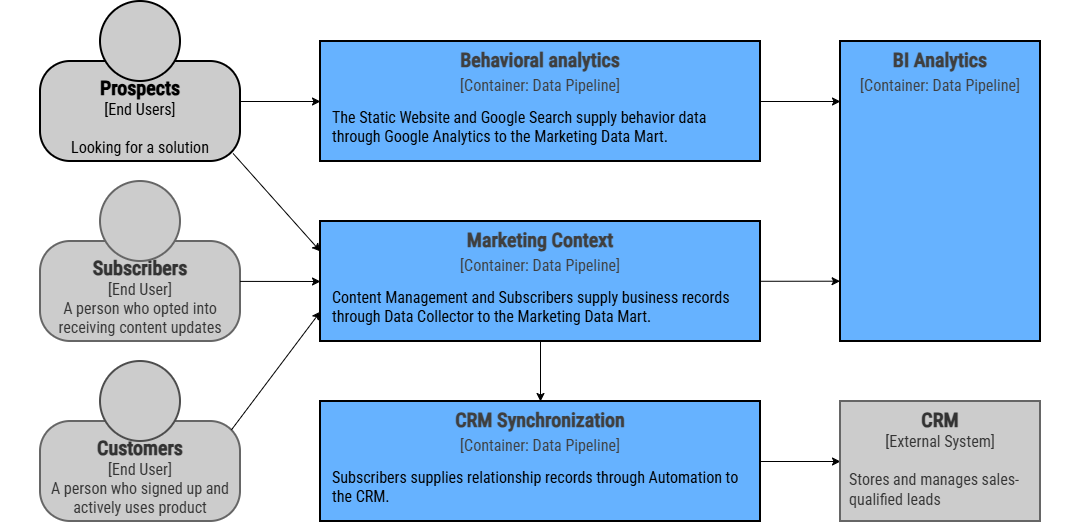
The draw.io diagram marketing-model/05.concurrency-viewpoint.drawio.png in software-architecture-guild/modeling-software-architecture, before a commit. Source tidied: cells renumbered, new cells last; positions are measured from the earlier drawing's top-left corner, leaving out a move shared by most shapes. The source it was exported from:
```xml
<mxGraphModel>
  <root>
    <mxCell id="0" />
    <mxCell id="1" parent="0" />
    <mxCell id="2" style="rounded=0;whiteSpace=wrap;html=1;strokeColor=none;fillColor=default;" parent="1" vertex="1">
      <mxGeometry width="1080" height="520" as="geometry" />
    </mxCell>
    <mxCell id="3" value="&lt;font style=&quot;color: rgb(63, 63, 63); scrollbar-color: rgba(100, 100, 100, 0.4) rgb(255, 255, 255);&quot;&gt;&lt;b style=&quot;color: rgb(63, 63, 63); scrollbar-color: rgba(100, 100, 100, 0.4) rgb(255, 255, 255);&quot;&gt;CRM Synchronization&lt;br style=&quot;color: rgb(63, 63, 63); scrollbar-color: rgba(100, 100, 100, 0.4) rgb(255, 255, 255);&quot;&gt;&lt;/b&gt;&lt;/font&gt;&lt;font style=&quot;color: rgb(63, 63, 63); scrollbar-color: rgba(100, 100, 100, 0.4) rgb(255, 255, 255); font-size: 16px;&quot;&gt;[Container: Data Pipeline]&lt;/font&gt;" style="rounded=0;whiteSpace=wrap;html=1;strokeWidth=2;fillColor=#66B2FF;strokeColor=#000000;verticalAlign=top;fontFamily=Roboto Condensed;fontSource=https%3A%2F%2Ffonts.googleapis.com%2Fcss%3Ffamily%3DRoboto%2BCondensed;fontSize=20;" parent="1" vertex="1">
      <mxGeometry x="320" y="400" width="440" height="120" as="geometry" />
    </mxCell>
    <mxCell id="4" value="&lt;b style=&quot;color: rgb(63, 63, 63); scrollbar-color: rgba(100, 100, 100, 0.4) rgb(255, 255, 255);&quot;&gt;Marketing Context&lt;/b&gt;&lt;br style=&quot;color: rgb(63, 63, 63); scrollbar-color: rgba(100, 100, 100, 0.4) rgb(255, 255, 255);&quot;&gt;&lt;font style=&quot;color: rgb(63, 63, 63); scrollbar-color: rgba(100, 100, 100, 0.4) rgb(255, 255, 255); font-size: 16px;&quot;&gt;[Container: Data Pipeline]&lt;/font&gt;" style="rounded=0;whiteSpace=wrap;html=1;strokeWidth=2;fillColor=#66B2FF;strokeColor=#000000;verticalAlign=top;fontFamily=Roboto Condensed;fontSource=https%3A%2F%2Ffonts.googleapis.com%2Fcss%3Ffamily%3DRoboto%2BCondensed;fontSize=20;" parent="1" vertex="1">
      <mxGeometry x="320" y="220" width="440" height="120" as="geometry" />
    </mxCell>
    <mxCell id="5" style="edgeStyle=none;shape=connector;rounded=0;html=1;strokeColor=#000000;align=center;verticalAlign=middle;fontFamily=IBM Plex Mono;fontSource=https%3A%2F%2Ffonts.googleapis.com%2Fcss%3Ffamily%3DIBM%2BPlex%2BMono;fontSize=11;fontColor=#000000;labelBackgroundColor=default;endArrow=classic;" parent="1" edge="1">
      <mxGeometry relative="1" as="geometry">
        <mxPoint x="760" y="100" as="sourcePoint" />
        <mxPoint x="840" y="100" as="targetPoint" />
      </mxGeometry>
    </mxCell>
    <mxCell id="6" style="rounded=0;jettySize=auto;html=1;exitX=1;exitY=0.4;exitDx=0;exitDy=0;exitPerimeter=0;strokeColor=#000000;entryX=0;entryY=0.5;entryDx=0;entryDy=0;" parent="1" edge="1" source="8">
      <mxGeometry relative="1" as="geometry">
        <mxPoint x="320" y="100" as="targetPoint" />
      </mxGeometry>
    </mxCell>
    <mxCell id="7" style="group;strokeColor=none;" parent="1" vertex="1">
      <mxGeometry x="40" width="200" height="160" as="geometry" />
    </mxCell>
    <mxCell id="8" value="&lt;b&gt;&lt;font style=&quot;font-size: 20px;&quot;&gt;&lt;font&gt;&lt;span&gt;Prospects&lt;/span&gt;&lt;/font&gt;&lt;br&gt;&lt;/font&gt;&lt;/b&gt;[End Users]&lt;div&gt;&lt;br&gt;&lt;/div&gt;&lt;div&gt;Looking for a solution&lt;br&gt;&lt;/div&gt;" style="rounded=1;whiteSpace=wrap;html=1;strokeWidth=2;glass=0;arcSize=30;fontFamily=Roboto Condensed;fontSource=https%3A%2F%2Ffonts.googleapis.com%2Fcss%3Ffamily%3DRoboto%2BCondensed;verticalAlign=top;strokeColor=#000000;fillColor=light-dark(#CCCCCC,#EDEDED);fontColor=#000000;fontSize=16;spacingTop=8;" parent="7" vertex="1">
      <mxGeometry y="60" width="200" height="100" as="geometry" />
    </mxCell>
    <mxCell id="9" style="ellipse;whiteSpace=wrap;html=1;strokeWidth=2;strokeColor=#000000;fillColor=light-dark(#CCCCCC,#EDEDED);fontFamily=Roboto Condensed;fontSource=https%3A%2F%2Ffonts.googleapis.com%2Fcss%3Ffamily%3DRoboto%2BCondensed;fontColor=#000000;fontSize=16;" parent="7" vertex="1">
      <mxGeometry x="60" width="80" height="80" as="geometry" />
    </mxCell>
    <mxCell id="10" style="group;spacingTop=8;" parent="1" vertex="1">
      <mxGeometry x="40" y="360" width="200" height="160" as="geometry" />
    </mxCell>
    <mxCell id="11" value="&lt;b&gt;&lt;font style=&quot;font-size: 20px;&quot;&gt;&lt;font&gt;&lt;span&gt;Customers&lt;/span&gt;&lt;/font&gt;&lt;br&gt;&lt;/font&gt;&lt;/b&gt;[End User]&lt;div&gt;&lt;span style=&quot;background-color: transparent;&quot;&gt;A person who signed up and actively uses product&lt;/span&gt;&lt;/div&gt;" style="rounded=1;whiteSpace=wrap;html=1;strokeWidth=2;glass=0;arcSize=30;fontFamily=Roboto Condensed;fontSource=https%3A%2F%2Ffonts.googleapis.com%2Fcss%3Ffamily%3DRoboto%2BCondensed;verticalAlign=top;strokeColor=#666666;fillColor=#CCCCCC;fontColor=#333333;fontSize=16;spacingTop=8;" parent="10" vertex="1">
      <mxGeometry y="60" width="200" height="100" as="geometry" />
    </mxCell>
    <mxCell id="12" style="ellipse;whiteSpace=wrap;html=1;strokeWidth=2;strokeColor=light-dark(#4D4D4D,#EDEDED);fillColor=light-dark(#CCCCCC,#EDEDED);fontFamily=Roboto Condensed;fontSource=https%3A%2F%2Ffonts.googleapis.com%2Fcss%3Ffamily%3DRoboto%2BCondensed;fontSize=16;fontColor=#000000;" parent="10" vertex="1">
      <mxGeometry x="60" width="80" height="80" as="geometry" />
    </mxCell>
    <mxCell id="13" style="group;" parent="1" vertex="1">
      <mxGeometry x="40" y="180" width="200" height="160" as="geometry" />
    </mxCell>
    <mxCell id="14" value="&lt;b&gt;&lt;font style=&quot;font-size: 20px;&quot;&gt;&lt;span&gt;Subscribers&lt;/span&gt;&lt;/font&gt;&lt;br&gt;&lt;/b&gt;[End User]&lt;br&gt;A person who opted into receiving content updates" style="rounded=1;whiteSpace=wrap;html=1;strokeWidth=2;glass=0;arcSize=30;fontFamily=Roboto Condensed;fontSource=https%3A%2F%2Ffonts.googleapis.com%2Fcss%3Ffamily%3DRoboto%2BCondensed;verticalAlign=top;strokeColor=#666666;fillColor=#CCCCCC;fontColor=#333333;fontSize=16;spacingTop=8;" parent="13" vertex="1">
      <mxGeometry y="60" width="200" height="100" as="geometry" />
    </mxCell>
    <mxCell id="15" style="ellipse;whiteSpace=wrap;html=1;strokeWidth=2;strokeColor=#666666;fillColor=#CCCCCC;fontColor=#333333;fontFamily=Roboto Condensed;fontSource=https%3A%2F%2Ffonts.googleapis.com%2Fcss%3Ffamily%3DRoboto%2BCondensed;fontSize=16;" parent="13" vertex="1">
      <mxGeometry x="60" width="80" height="80" as="geometry" />
    </mxCell>
    <mxCell id="16" style="edgeStyle=none;shape=connector;rounded=0;html=1;entryX=0.5;entryY=0;entryDx=0;entryDy=0;strokeColor=#000000;align=center;verticalAlign=middle;fontFamily=IBM Plex Mono;fontSource=https%3A%2F%2Ffonts.googleapis.com%2Fcss%3Ffamily%3DIBM%2BPlex%2BMono;fontSize=11;fontColor=#000000;labelBackgroundColor=default;endArrow=classic;" parent="1" edge="1">
      <mxGeometry relative="1" as="geometry">
        <mxPoint x="540" y="340" as="sourcePoint" />
        <mxPoint x="540" y="400" as="targetPoint" />
      </mxGeometry>
    </mxCell>
    <mxCell id="17" value="&lt;span style=&quot;white-space-collapse: preserve;&quot;&gt;Content Management and Subscribers supply business records through Data Collector to the Marketing Data Mart.&lt;/span&gt;" style="text;whiteSpace=wrap;html=1;fontFamily=Roboto Condensed;fontSource=https%3A%2F%2Ffonts.googleapis.com%2Fcss%3Ffamily%3DRoboto%2BCondensed;fontSize=16;" parent="1" vertex="1">
      <mxGeometry x="330" y="280" width="420" height="60" as="geometry" />
    </mxCell>
    <mxCell id="18" style="edgeStyle=none;shape=connector;rounded=0;html=1;strokeColor=#000000;align=center;verticalAlign=middle;fontFamily=IBM Plex Mono;fontSource=https%3A%2F%2Ffonts.googleapis.com%2Fcss%3Ffamily%3DIBM%2BPlex%2BMono;fontSize=11;fontColor=#000000;labelBackgroundColor=default;endArrow=classic;" parent="1" edge="1" target="23">
      <mxGeometry relative="1" as="geometry">
        <mxPoint x="760" y="460" as="sourcePoint" />
      </mxGeometry>
    </mxCell>
    <mxCell id="19" style="edgeStyle=none;shape=connector;rounded=0;html=1;entryX=0;entryY=0.5;entryDx=0;entryDy=0;strokeColor=#000000;align=center;verticalAlign=middle;fontFamily=IBM Plex Mono;fontSource=https%3A%2F%2Ffonts.googleapis.com%2Fcss%3Ffamily%3DIBM%2BPlex%2BMono;fontSize=11;fontColor=#000000;labelBackgroundColor=default;endArrow=classic;exitX=0.998;exitY=0.399;exitDx=0;exitDy=0;exitPerimeter=0;" parent="1" edge="1" source="14">
      <mxGeometry relative="1" as="geometry">
        <mxPoint x="320" y="280" as="targetPoint" />
      </mxGeometry>
    </mxCell>
    <mxCell id="20" style="edgeStyle=none;shape=connector;rounded=0;html=1;entryX=0;entryY=0.75;entryDx=0;entryDy=0;strokeColor=#000000;align=center;verticalAlign=middle;fontFamily=IBM Plex Mono;fontSource=https%3A%2F%2Ffonts.googleapis.com%2Fcss%3Ffamily%3DIBM%2BPlex%2BMono;fontSize=11;fontColor=#000000;labelBackgroundColor=default;endArrow=classic;exitX=0.955;exitY=0.083;exitDx=0;exitDy=0;exitPerimeter=0;" parent="1" edge="1" source="11">
      <mxGeometry relative="1" as="geometry">
        <mxPoint x="320" y="310" as="targetPoint" />
      </mxGeometry>
    </mxCell>
    <mxCell id="21" style="edgeStyle=none;shape=connector;rounded=0;html=1;entryX=0;entryY=0.25;entryDx=0;entryDy=0;strokeColor=#000000;align=center;verticalAlign=middle;fontFamily=IBM Plex Mono;fontSource=https%3A%2F%2Ffonts.googleapis.com%2Fcss%3Ffamily%3DIBM%2BPlex%2BMono;fontSize=11;fontColor=#000000;labelBackgroundColor=default;endArrow=classic;exitX=0.963;exitY=0.92;exitDx=0;exitDy=0;exitPerimeter=0;" parent="1" edge="1" source="8">
      <mxGeometry relative="1" as="geometry">
        <mxPoint x="320" y="250" as="targetPoint" />
      </mxGeometry>
    </mxCell>
    <mxCell id="22" value="&lt;span style=&quot;white-space-collapse: preserve;&quot;&gt;Subscribers supplies relationship records through Automation to the CRM.&lt;/span&gt;" style="text;whiteSpace=wrap;html=1;fontFamily=Roboto Condensed;fontSource=https%3A%2F%2Ffonts.googleapis.com%2Fcss%3Ffamily%3DRoboto%2BCondensed;fontSize=16;" parent="1" vertex="1">
      <mxGeometry x="330" y="460" width="420" height="60" as="geometry" />
    </mxCell>
    <mxCell id="23" value="&lt;font&gt;&lt;b&gt;&lt;font style=&quot;font-size: 20px;&quot;&gt;&lt;span&gt;CRM&lt;/span&gt;&lt;/font&gt;&lt;/b&gt;&lt;br&gt;&lt;font&gt;[&lt;font&gt;External Sy&lt;/font&gt;stem]&lt;/font&gt;&lt;/font&gt;&lt;div&gt;&lt;font&gt;&lt;font&gt;&lt;br&gt;&lt;/font&gt;&lt;/font&gt;&lt;/div&gt;&lt;div style=&quot;text-align: left; padding-left: 8px;&quot;&gt;&lt;font&gt;Stores and manages sales-qualified leads&lt;/font&gt;&lt;/div&gt;" style="rounded=0;whiteSpace=wrap;html=1;strokeWidth=2;fillColor=#CCCCCC;strokeColor=#666666;verticalAlign=top;fontColor=#333333;fontFamily=Roboto Condensed;fontSource=https%3A%2F%2Ffonts.googleapis.com%2Fcss%3Ffamily%3DRoboto%2BCondensed;fontSize=16;" parent="1" vertex="1">
      <mxGeometry x="840" y="400" width="200" height="120" as="geometry" />
    </mxCell>
    <mxCell id="24" style="edgeStyle=none;shape=connector;rounded=0;html=1;entryX=-0.002;entryY=0.397;entryDx=0;entryDy=0;entryPerimeter=0;strokeColor=#000000;align=center;verticalAlign=middle;fontFamily=IBM Plex Mono;fontSource=https%3A%2F%2Ffonts.googleapis.com%2Fcss%3Ffamily%3DIBM%2BPlex%2BMono;fontSize=11;fontColor=#000000;labelBackgroundColor=default;endArrow=classic;" parent="1" edge="1">
      <mxGeometry relative="1" as="geometry">
        <mxPoint x="760" y="279.8" as="sourcePoint" />
        <mxPoint x="839.6" y="279.7" as="targetPoint" />
      </mxGeometry>
    </mxCell>
    <mxCell id="25" value="&lt;b style=&quot;color: rgb(63, 63, 63); scrollbar-color: rgba(100, 100, 100, 0.4) rgb(255, 255, 255);&quot;&gt;Behavioral analytics&lt;/b&gt;&lt;br style=&quot;color: rgb(63, 63, 63); scrollbar-color: rgba(100, 100, 100, 0.4) rgb(255, 255, 255);&quot;&gt;&lt;font style=&quot;color: rgb(63, 63, 63); scrollbar-color: rgba(100, 100, 100, 0.4) rgb(255, 255, 255); font-size: 16px;&quot;&gt;[Container: Data Pipeline]&lt;/font&gt;" style="rounded=0;whiteSpace=wrap;html=1;strokeWidth=2;fillColor=#66B2FF;strokeColor=#000000;verticalAlign=top;fontFamily=Roboto Condensed;fontSource=https%3A%2F%2Ffonts.googleapis.com%2Fcss%3Ffamily%3DRoboto%2BCondensed;fontSize=20;" parent="1" vertex="1">
      <mxGeometry x="320" y="40" width="440" height="120" as="geometry" />
    </mxCell>
    <mxCell id="26" value="&lt;b style=&quot;font-weight:normal;&quot; id=&quot;docs-internal-guid-c34b7723-7fff-1865-808b-2f03c13990a0&quot;&gt;&lt;span style=&quot;background-color: transparent; font-weight: 400; font-style: normal; font-variant: normal; text-decoration: none; vertical-align: baseline; white-space: pre-wrap;&quot;&gt;The Static Website and Google Search supply behavior data through Google Analytics to the Marketing Data Mart.&lt;/span&gt;&lt;/b&gt;" style="text;whiteSpace=wrap;html=1;fontFamily=Roboto Condensed;fontSource=https%3A%2F%2Ffonts.googleapis.com%2Fcss%3Ffamily%3DRoboto%2BCondensed;fontSize=16;" parent="1" vertex="1">
      <mxGeometry x="330" y="100" width="420" height="60" as="geometry" />
    </mxCell>
    <mxCell id="27" value="&lt;b style=&quot;color: rgb(63, 63, 63); scrollbar-color: rgba(100, 100, 100, 0.4) rgb(255, 255, 255);&quot;&gt;BI Analytics&lt;/b&gt;&lt;br style=&quot;color: rgb(63, 63, 63); scrollbar-color: rgba(100, 100, 100, 0.4) rgb(255, 255, 255);&quot;&gt;&lt;font style=&quot;color: rgb(63, 63, 63); scrollbar-color: rgba(100, 100, 100, 0.4) rgb(255, 255, 255); font-size: 16px;&quot;&gt;[Container: Data Pipeline]&lt;/font&gt;" style="rounded=0;whiteSpace=wrap;html=1;strokeWidth=2;fillColor=#66B2FF;strokeColor=#000000;verticalAlign=top;fontFamily=Roboto Condensed;fontSource=https%3A%2F%2Ffonts.googleapis.com%2Fcss%3Ffamily%3DRoboto%2BCondensed;fontSize=20;" parent="1" vertex="1">
      <mxGeometry x="840" y="40" width="200" height="300" as="geometry" />
    </mxCell>
  </root>
</mxGraphModel>
```
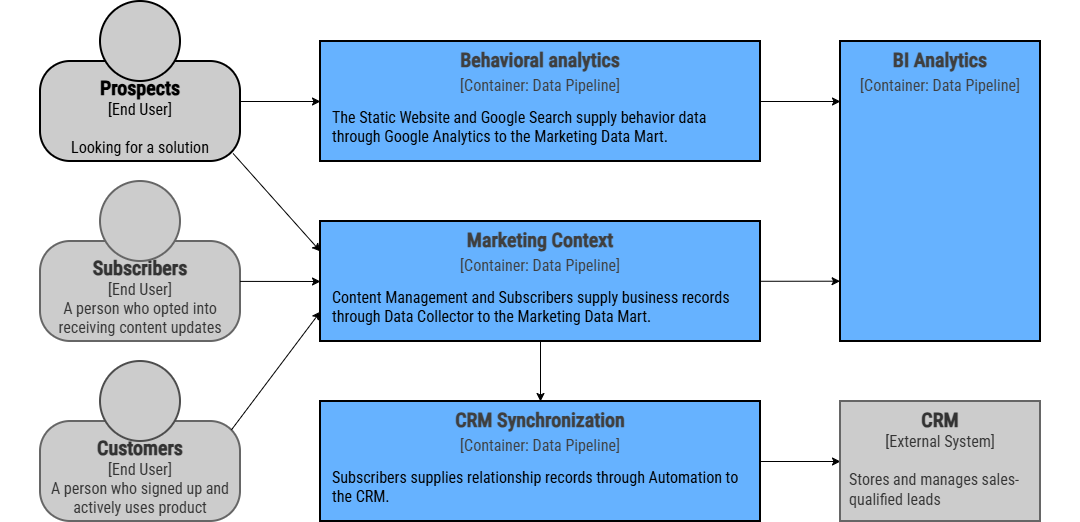
The same file after the commit.

Diff of the diagram source:
```diff
@@ -25,7 +25,7 @@
     <mxCell id="7" style="group;strokeColor=none;" parent="1" vertex="1">
       <mxGeometry x="40" width="200" height="160" as="geometry" />
     </mxCell>
-    <mxCell id="8" value="&lt;b&gt;&lt;font style=&quot;font-size: 20px;&quot;&gt;&lt;font&gt;&lt;span&gt;Prospects&lt;/span&gt;&lt;/font&gt;&lt;br&gt;&lt;/font&gt;&lt;/b&gt;[End Users]&lt;div&gt;&lt;br&gt;&lt;/div&gt;&lt;div&gt;Looking for a solution&lt;br&gt;&lt;/div&gt;" style="rounded=1;whiteSpace=wrap;html=1;strokeWidth=2;glass=0;arcSize=30;fontFamily=Roboto Condensed;fontSource=https%3A%2F%2Ffonts.googleapis.com%2Fcss%3Ffamily%3DRoboto%2BCondensed;verticalAlign=top;strokeColor=#000000;fillColor=light-dark(#CCCCCC,#EDEDED);fontColor=#000000;fontSize=16;spacingTop=8;" parent="7" vertex="1">
+    <mxCell id="8" value="&lt;b&gt;&lt;font style=&quot;font-size: 20px;&quot;&gt;&lt;font&gt;&lt;span&gt;Prospects&lt;/span&gt;&lt;/font&gt;&lt;br&gt;&lt;/font&gt;&lt;/b&gt;[End User]&lt;div&gt;&lt;br&gt;&lt;/div&gt;&lt;div&gt;Looking for a solution&lt;br&gt;&lt;/div&gt;" style="rounded=1;whiteSpace=wrap;html=1;strokeWidth=2;glass=0;arcSize=30;fontFamily=Roboto Condensed;fontSource=https%3A%2F%2Ffonts.googleapis.com%2Fcss%3Ffamily%3DRoboto%2BCondensed;verticalAlign=top;strokeColor=#000000;fillColor=light-dark(#CCCCCC,#EDEDED);fontColor=#000000;fontSize=16;spacingTop=8;" parent="7" vertex="1">
       <mxGeometry y="60" width="200" height="100" as="geometry" />
     </mxCell>
     <mxCell id="9" style="ellipse;whiteSpace=wrap;html=1;strokeWidth=2;strokeColor=#000000;fillColor=light-dark(#CCCCCC,#EDEDED);fontFamily=Roboto Condensed;fontSource=https%3A%2F%2Ffonts.googleapis.com%2Fcss%3Ffamily%3DRoboto%2BCondensed;fontColor=#000000;fontSize=16;" parent="7" vertex="1">
```
